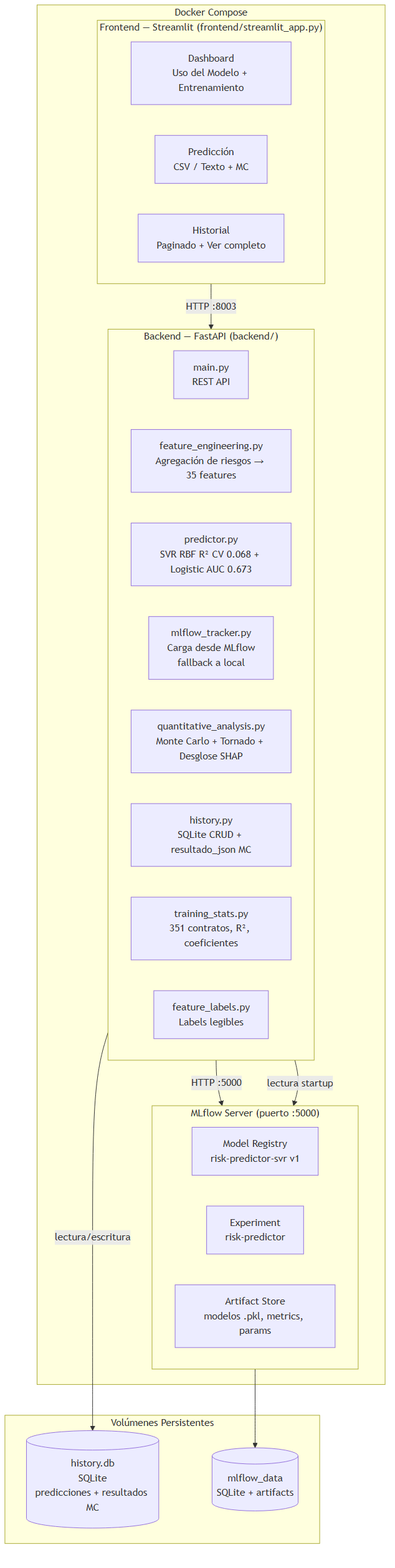
sanan1297/risk_project keeps this Mermaid diagram as docs/diagrams/8_1_visi_n_general.png. Above is the earlier version. Its source is kept beside it as docs/diagrams/8_1_visi_n_general.mmd.
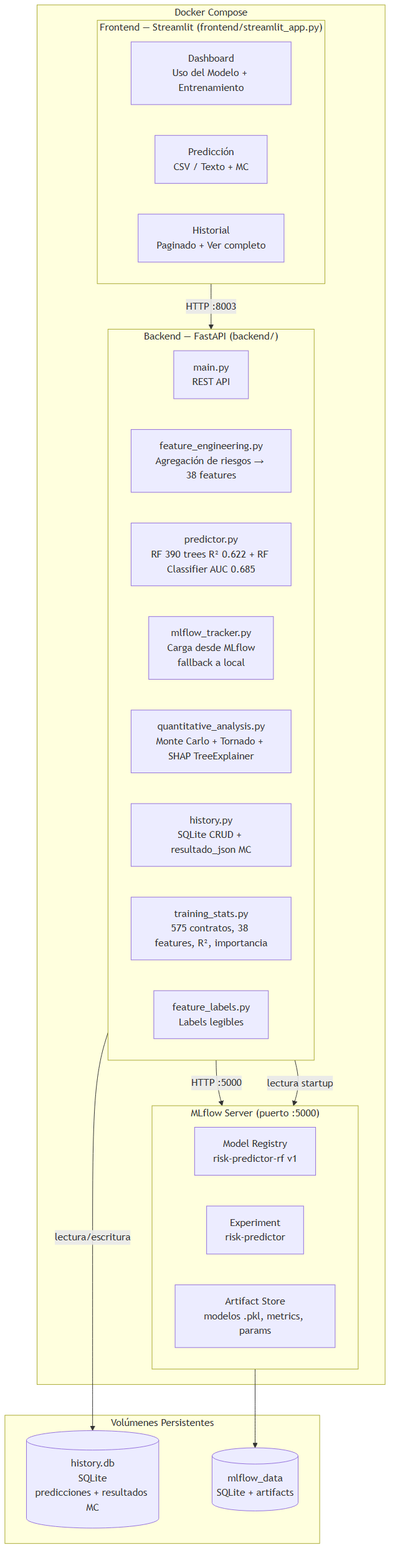
The same file after the commit.

What changed in the source:
```diff
@@ -9,17 +9,17 @@
 
         subgraph Backend["Backend — FastAPI (backend/)"]
             API[main.py<br/>REST API]
-            FE[feature_engineering.py<br/>Agregación de riesgos → 35 features]
-            PREDICT[predictor.py<br/>SVR RBF R² CV 0.068 + Logistic AUC 0.673]
+            FE[feature_engineering.py<br/>Agregación de riesgos → 38 features]
+            PREDICT[predictor.py<br/>RF 390 trees R² 0.622 + RF Classifier AUC 0.685]
             MLF[mlflow_tracker.py<br/>Carga desde MLflow<br/>fallback a local]
-            QA[quantitative_analysis.py<br/>Monte Carlo + Tornado + Desglose SHAP]
+            QA[quantitative_analysis.py<br/>Monte Carlo + Tornado + SHAP TreeExplainer]
             HISTDB[history.py<br/>SQLite CRUD + resultado_json MC]
-            TRAIN[training_stats.py<br/>351 contratos, R², coeficientes]
+            TRAIN[training_stats.py<br/>575 contratos, 38 features, R², importancia]
             LABELS[feature_labels.py<br/>Labels legibles]
         end
 
         subgraph MLflowSrv["MLflow Server (puerto :5000)"]
-            MLREG[Model Registry<br/>risk-predictor-svr v1]
+            MLREG[Model Registry<br/>risk-predictor-rf v1]
             MLEXP[Experiment<br/>risk-predictor]
             MLART[Artifact Store<br/>modelos .pkl, metrics, params]
         end
```
